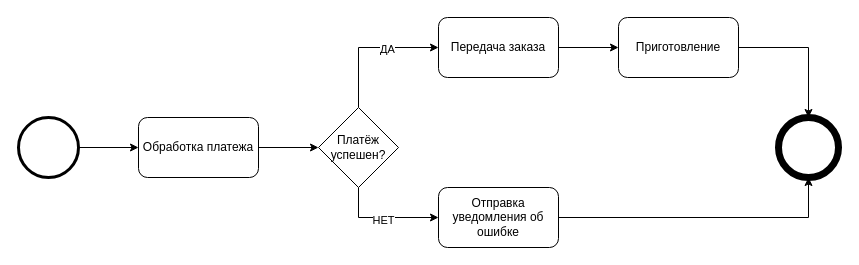
Earlier version of the draw.io diagram lab1/diagrams/activity.drawio (Alex-txt-b/visual-programming-labs-sirosh). Source tidied: cells renumbered, new cells numbered last; positions are measured from the earlier drawing's top-left corner, leaving out a move shared by most shapes. Both pictures are drawn from the tidied source at 100%, with x=0, y=0 at pixel (18, 17).
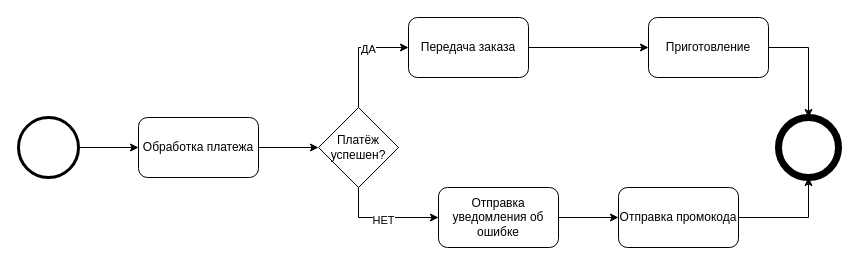
The same page after the edit.

Commit message (it also covers changes not shown here):
Update Activity: add minor element

Change to the diagram source:
```diff
@@
 <mxGraphModel>
   <root>
     <mxCell id="0" />
     <mxCell id="1" parent="0" />
     <mxCell id="2" style="edgeStyle=orthogonalEdgeStyle;rounded=0;jettySize=auto;html=1;exitX=1;exitY=0.5;exitDx=0;exitDy=0;entryX=0;entryY=0.5;entryDx=0;entryDy=0;" parent="1" edge="1" source="3" target="5">
       <mxGeometry relative="1" as="geometry" />
     </mxCell>
     <mxCell id="3" style="ellipse;whiteSpace=wrap;html=1;shapeInside=1;labelBackgroundColor=none;fillColor=#FFFFFF;strokeWidth=3;" parent="1" vertex="1">
       <mxGeometry y="100" width="60" height="60" as="geometry" />
     </mxCell>
     <mxCell id="4" style="edgeStyle=orthogonalEdgeStyle;rounded=0;jettySize=auto;html=1;exitX=1;exitY=0.5;exitDx=0;exitDy=0;entryX=0;entryY=0.5;entryDx=0;entryDy=0;" parent="1" edge="1" source="5" target="10">
       <mxGeometry relative="1" as="geometry" />
     </mxCell>
     <mxCell id="5" value="Обработка платежа" style="rounded=1;whiteSpace=wrap;html=1;" parent="1" vertex="1">
       <mxGeometry x="120" y="100" width="120" height="60" as="geometry" />
     </mxCell>
     <mxCell id="6" style="edgeStyle=orthogonalEdgeStyle;rounded=0;jettySize=auto;html=1;exitX=0.5;exitY=0;exitDx=0;exitDy=0;entryX=0;entryY=0.5;entryDx=0;entryDy=0;" parent="1" edge="1" source="10" target="12">
       <mxGeometry relative="1" as="geometry" />
     </mxCell>
     <mxCell id="7" value="ДА" style="edgeLabel;html=1;align=center;verticalAlign=middle;" parent="6" vertex="1">
       <mxGeometry x="0.25" y="-1" relative="1" as="geometry" />
     </mxCell>
     <mxCell id="8" style="edgeStyle=orthogonalEdgeStyle;rounded=0;jettySize=auto;html=1;exitX=0.5;exitY=1;exitDx=0;exitDy=0;entryX=0;entryY=0.5;entryDx=0;entryDy=0;" parent="1" edge="1" source="10" target="16">
       <mxGeometry relative="1" as="geometry" />
     </mxCell>
     <mxCell id="9" value="НЕТ" style="edgeLabel;html=1;align=center;verticalAlign=middle;" parent="8" vertex="1">
       <mxGeometry x="-0.01" y="-2" relative="1" as="geometry" />
     </mxCell>
     <mxCell id="10" value="Платёж успешен?" style="rhombus;whiteSpace=wrap;html=1;shapeInside=1;" parent="1" vertex="1">
       <mxGeometry x="300" y="90" width="80" height="80" as="geometry" />
     </mxCell>
     <mxCell id="11" style="edgeStyle=orthogonalEdgeStyle;rounded=0;jettySize=auto;html=1;exitX=1;exitY=0.5;exitDx=0;exitDy=0;entryX=0;entryY=0.5;entryDx=0;entryDy=0;" parent="1" edge="1" source="12" target="14">
       <mxGeometry relative="1" as="geometry" />
     </mxCell>
     <mxCell id="12" value="Передача заказа" style="rounded=1;whiteSpace=wrap;html=1;" parent="1" vertex="1">
-      <mxGeometry x="420" width="120" height="60" as="geometry" />
+      <mxGeometry x="390" width="120" height="60" as="geometry" />
     </mxCell>
     <mxCell id="13" style="edgeStyle=orthogonalEdgeStyle;rounded=0;jettySize=auto;html=1;exitX=1;exitY=0.5;exitDx=0;exitDy=0;entryX=0.5;entryY=0;entryDx=0;entryDy=0;" parent="1" edge="1" source="14" target="17">
       <mxGeometry relative="1" as="geometry" />
     </mxCell>
     <mxCell id="14" value="Приготовление" style="rounded=1;whiteSpace=wrap;html=1;" parent="1" vertex="1">
-      <mxGeometry x="600" width="120" height="60" as="geometry" />
+      <mxGeometry x="630" width="120" height="60" as="geometry" />
     </mxCell>
-    <mxCell id="15" style="edgeStyle=orthogonalEdgeStyle;rounded=0;jettySize=auto;html=1;exitX=1;exitY=0.5;exitDx=0;exitDy=0;entryX=0.5;entryY=1;entryDx=0;entryDy=0;" parent="1" edge="1" source="16" target="17">
-      <mxGeometry relative="1" as="geometry" />
-    </mxCell>
+    <mxCell id="18" style="edgeStyle=orthogonalEdgeStyle;rounded=0;jettySize=auto;html=1;exitX=1;exitY=0.5;exitDx=0;exitDy=0;" parent="1" edge="1" source="16" target="20">
+      <mxGeometry relative="1" as="geometry" />
+    </mxCell>
     <mxCell id="16" value="Отправка уведомления об ошибке" style="rounded=1;whiteSpace=wrap;html=1;" parent="1" vertex="1">
       <mxGeometry x="420" y="170" width="120" height="60" as="geometry" />
     </mxCell>
     <mxCell id="17" style="ellipse;whiteSpace=wrap;html=1;shapeInside=1;strokeWidth=7;" parent="1" vertex="1">
       <mxGeometry x="760" y="100" width="60" height="60" as="geometry" />
     </mxCell>
+    <mxCell id="19" style="edgeStyle=orthogonalEdgeStyle;rounded=0;jettySize=auto;html=1;exitX=1;exitY=0.5;exitDx=0;exitDy=0;entryX=0.5;entryY=1;entryDx=0;entryDy=0;" parent="1" edge="1" source="20" target="17">
+      <mxGeometry relative="1" as="geometry" />
+    </mxCell>
+    <mxCell id="20" value="Отправка промокода" style="rounded=1;whiteSpace=wrap;html=1;" parent="1" vertex="1">
+      <mxGeometry x="600" y="170" width="120" height="60" as="geometry" />
+    </mxCell>
   </root>
 </mxGraphModel>
```
